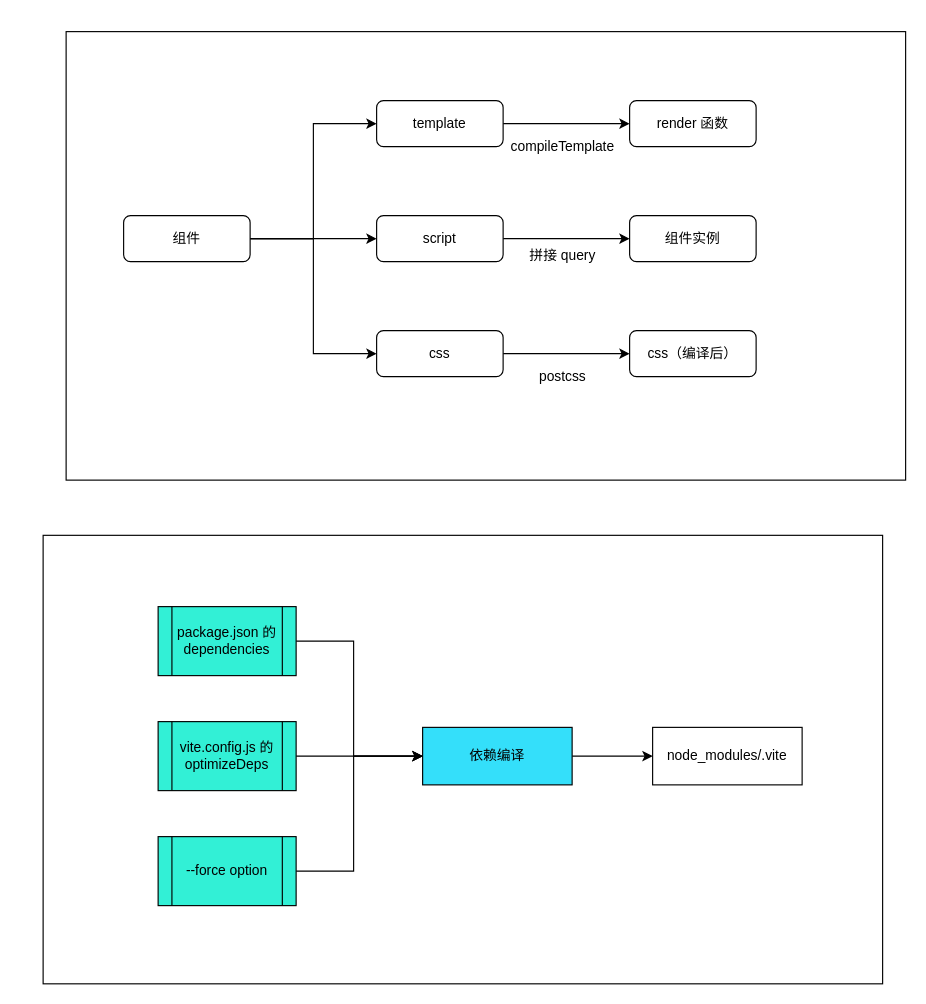
WJCHumble/graph-asserts keeps this draw.io diagram as Untitled scoped css.drawio. Above is the earlier version. Source tidied: cells renumbered, new cells numbered last; positions are measured from the earlier drawing's top-left corner, leaving out a move shared by most shapes. Both pictures are drawn from the tidied source at 115%, with x=0, y=0 at pixel (43, 31).
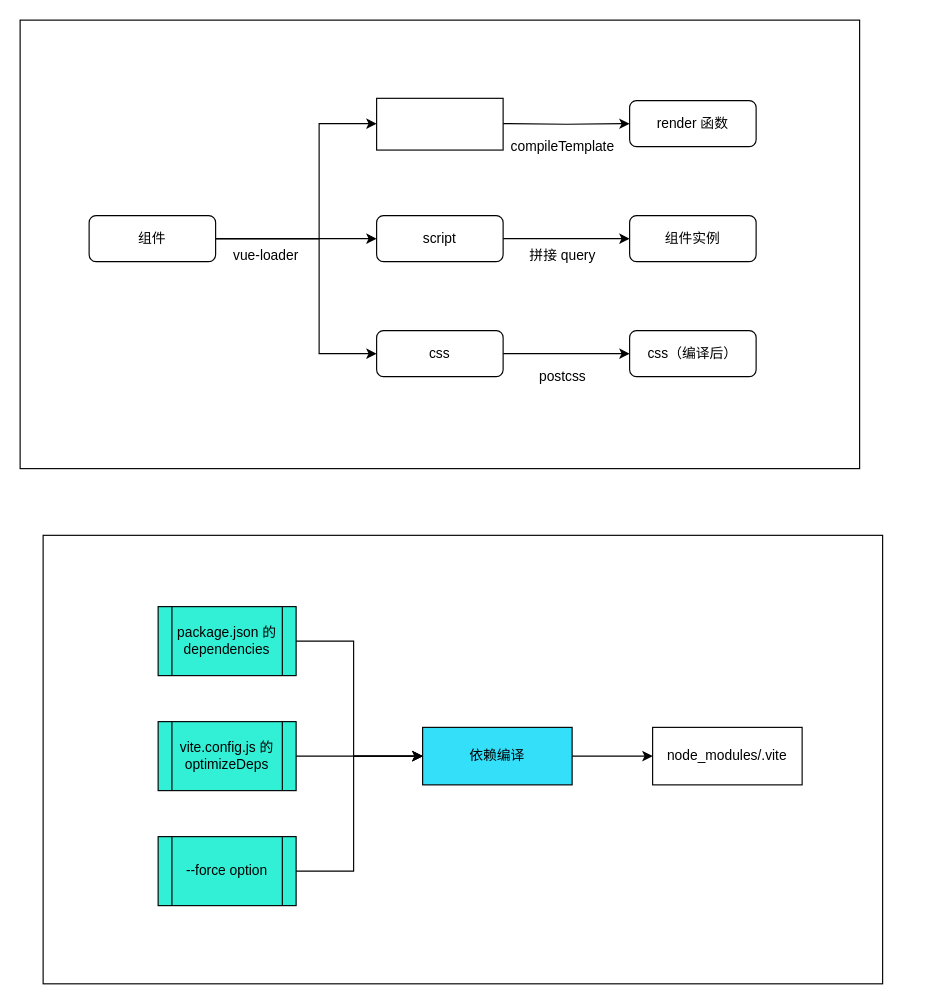
The same diagram, later.

Unchanged cells that the change refers to:
```xml
<mxCell id="12" value="css" style="rounded=1;whiteSpace=wrap;html=1;" parent="1" vertex="1">
  <mxGeometry x="290" y="260" width="110" height="40" as="geometry" />
</mxCell>
<mxCell id="13" value="render 函数" style="rounded=1;whiteSpace=wrap;html=1;" parent="1" vertex="1">
  <mxGeometry x="510" y="60" width="110" height="40" as="geometry" />
</mxCell>
```

Change to the diagram source:
```diff
@@
     <mxCell id="2" style="rounded=0;whiteSpace=wrap;html=1;" parent="1" vertex="1">
-      <mxGeometry x="20" width="730" height="390" as="geometry" />
+      <mxGeometry x="-20" y="-10" width="730" height="390" as="geometry" />
     </mxCell>
@@
-    <mxCell id="4" style="edgeStyle=orthogonalEdgeStyle;rounded=0;jettySize=auto;html=1;exitX=1;exitY=0.5;exitDx=0;exitDy=0;entryX=0;entryY=0.5;entryDx=0;entryDy=0;" parent="1" edge="1" source="6" target="8">
-      <mxGeometry relative="1" as="geometry" />
+    <mxCell id="4" style="edgeStyle=orthogonalEdgeStyle;rounded=0;jettySize=auto;html=1;exitX=1;exitY=0.5;exitDx=0;exitDy=0;entryX=0;entryY=0.5;entryDx=0;entryDy=0;" parent="1" edge="1" source="6">
+      <mxGeometry relative="1" as="geometry">
+        <mxPoint x="290" y="80" as="targetPoint" />
+        <Array as="points">
+          <mxPoint x="240" y="180" />
+          <mxPoint x="240" y="80" />
+        </Array>
+      </mxGeometry>
     </mxCell>
     <mxCell id="5" style="edgeStyle=orthogonalEdgeStyle;rounded=0;jettySize=auto;html=1;exitX=1;exitY=0.5;exitDx=0;exitDy=0;entryX=0;entryY=0.5;entryDx=0;entryDy=0;" parent="1" edge="1" source="6" target="12">
-      <mxGeometry relative="1" as="geometry" />
+      <mxGeometry relative="1" as="geometry">
+        <Array as="points">
+          <mxPoint x="240" y="180" />
+          <mxPoint x="240" y="280" />
+        </Array>
+      </mxGeometry>
     </mxCell>
     <mxCell id="6" value="组件" style="rounded=1;whiteSpace=wrap;html=1;" parent="1" vertex="1">
-      <mxGeometry x="70" y="160" width="110" height="40" as="geometry" />
+      <mxGeometry x="40" y="160" width="110" height="40" as="geometry" />
     </mxCell>
-    <mxCell id="7" style="edgeStyle=orthogonalEdgeStyle;rounded=0;jettySize=auto;html=1;exitX=1;exitY=0.5;exitDx=0;exitDy=0;" parent="1" edge="1" source="8" target="13">
-      <mxGeometry relative="1" as="geometry" />
+    <mxCell id="7" style="edgeStyle=orthogonalEdgeStyle;rounded=0;jettySize=auto;html=1;exitX=1;exitY=0.5;exitDx=0;exitDy=0;" parent="1" edge="1" target="13">
+      <mxGeometry relative="1" as="geometry">
+        <mxPoint x="400" y="80" as="sourcePoint" />
+      </mxGeometry>
     </mxCell>
-    <mxCell id="8" value="template" style="rounded=1;whiteSpace=wrap;html=1;" parent="1" vertex="1">
-      <mxGeometry x="290" y="60" width="110" height="40" as="geometry" />
-    </mxCell>
@@
+    <mxCell id="29" value="vue-loader" style="text;html=1;strokeColor=none;fillColor=none;align=center;verticalAlign=middle;whiteSpace=wrap;rounded=0;" parent="1" vertex="1">
+      <mxGeometry x="154" y="185" width="80" height="20" as="geometry" />
+    </mxCell>
+    <mxCell id="30" style="edgeStyle=orthogonalEdgeStyle;rounded=0;orthogonalLoop=1;jettySize=auto;html=1;exitX=0.5;exitY=1;exitDx=0;exitDy=0;" parent="1" edge="1" source="29" target="29">
+      <mxGeometry relative="1" as="geometry" />
+    </mxCell>
+    <mxCell id="31" style="rounded=0;whiteSpace=wrap;html=1;" parent="1" vertex="1">
+      <mxGeometry x="290" y="58" width="110" height="45" as="geometry" />
+    </mxCell>
```
